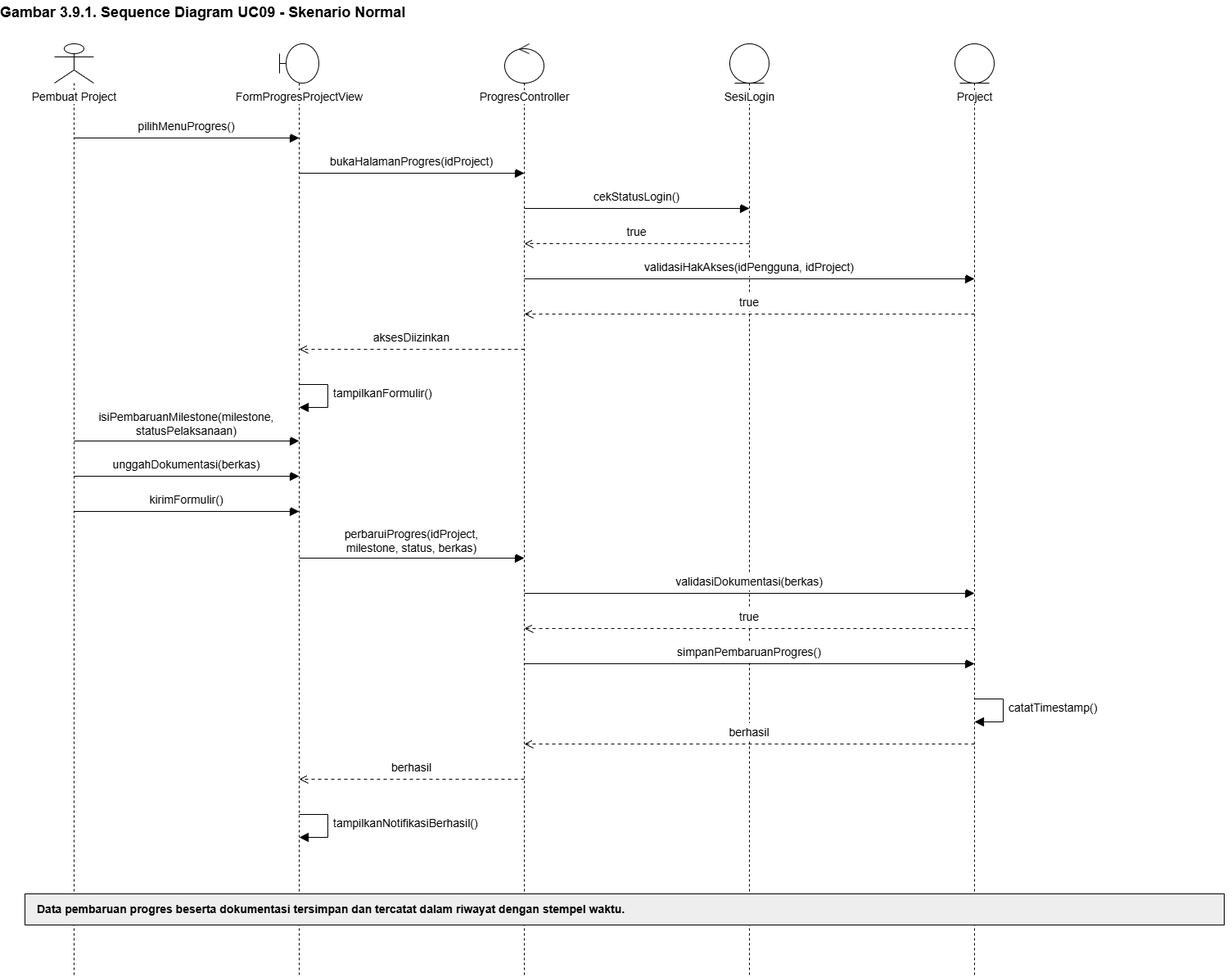
This is docs/M7/assets/diagram/sequence-uc09-normal.png from Brynpamungkas/IF2150-RPL-K02-G08, a draw.io export, as it was before one commit. Source tidied: cells renumbered, new cells last; positions are measured from the earlier drawing's top-left corner, leaving out a move shared by most shapes.
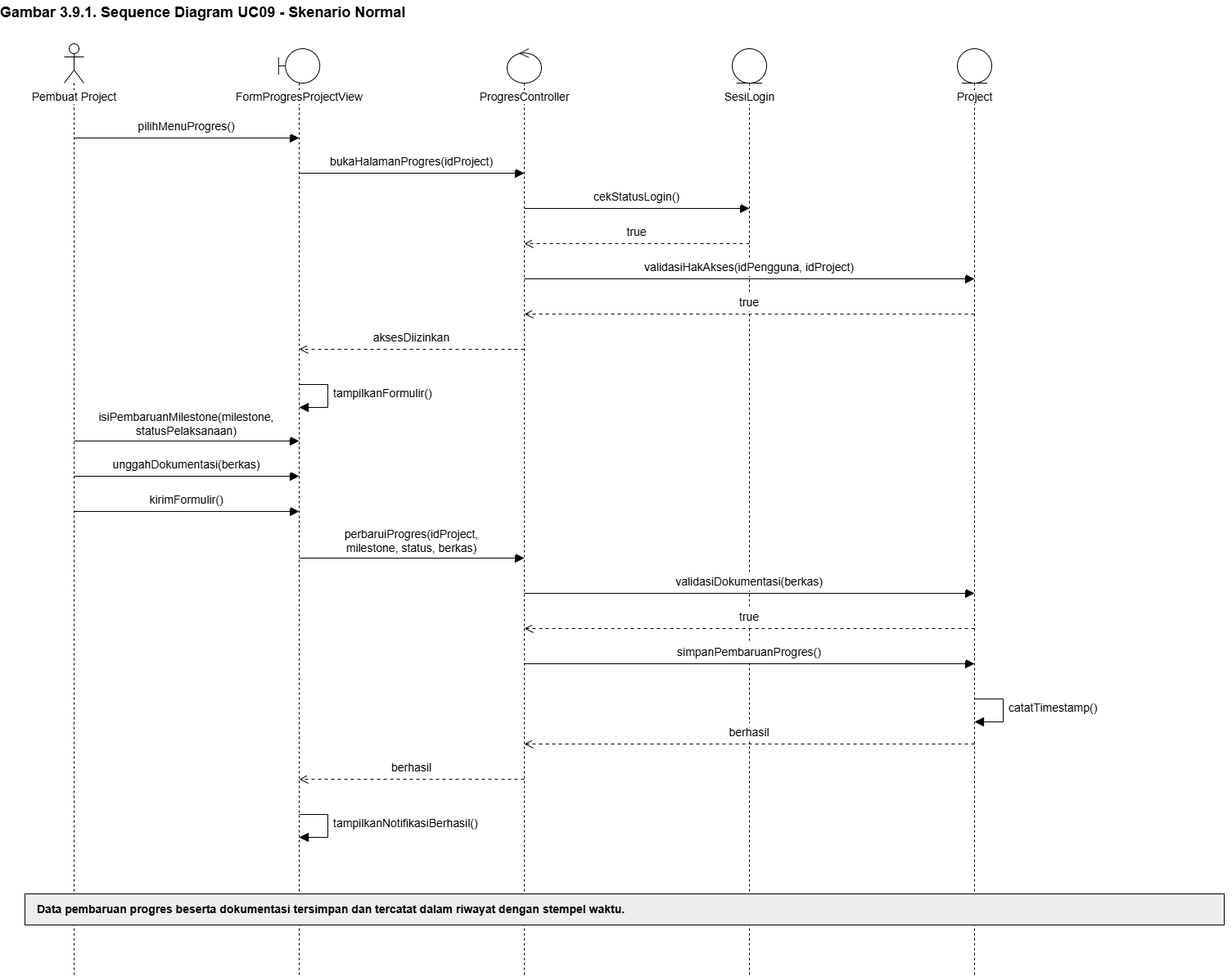
After the commit.

Commit message:
assets: add sequence diagram 3.8-3.10

Change to the diagram source:
```diff
@@ -6,19 +6,19 @@
       <mxGeometry width="1505" height="30" as="geometry" />
     </mxCell>
     <mxCell id="3" value="Pembuat Project" style="shape=umlLifeline;participant=umlActor;perimeter=lifelinePerimeter;whiteSpace=nowrap;html=1;verticalAlign=top;spacingTop=50;size=48;fontFamily=Arial;fontSize=14;labelBackgroundColor=#FFFFFF;fillColor=#FFFFFF;strokeColor=#000000;" parent="1" vertex="1">
-      <mxGeometry x="66" y="53" width="48" height="1138" as="geometry" />
+      <mxGeometry x="78" y="53" width="24" height="1138" as="geometry" />
     </mxCell>
-    <mxCell id="4" value="FormProgresProjectView" style="shape=umlLifeline;participant=umlBoundary;perimeter=lifelinePerimeter;whiteSpace=nowrap;html=1;verticalAlign=top;spacingTop=50;size=48;fontFamily=Arial;fontSize=14;labelBackgroundColor=#FFFFFF;fillColor=#FFFFFF;strokeColor=#000000;" parent="1" vertex="1">
-      <mxGeometry x="341" y="53" width="48" height="1138" as="geometry" />
+    <mxCell id="4" value="FormProgresProjectView" style="shape=umlLifeline;participant=umlBoundary;perimeter=lifelinePerimeter;whiteSpace=nowrap;html=1;verticalAlign=top;spacingTop=44;size=42;fontFamily=Arial;fontSize=14;labelBackgroundColor=#FFFFFF;fillColor=#FFFFFF;strokeColor=#000000;" parent="1" vertex="1">
+      <mxGeometry x="339.8" y="59" width="50.4" height="1132" as="geometry" />
     </mxCell>
-    <mxCell id="5" value="ProgresController" style="shape=umlLifeline;participant=umlControl;perimeter=lifelinePerimeter;whiteSpace=nowrap;html=1;verticalAlign=top;spacingTop=50;size=48;fontFamily=Arial;fontSize=14;labelBackgroundColor=#FFFFFF;fillColor=#FFFFFF;strokeColor=#000000;" parent="1" vertex="1">
-      <mxGeometry x="616" y="53" width="48" height="1138" as="geometry" />
+    <mxCell id="5" value="ProgresController" style="shape=umlLifeline;participant=umlControl;perimeter=lifelinePerimeter;whiteSpace=nowrap;html=1;verticalAlign=top;spacingTop=44;size=42;fontFamily=Arial;fontSize=14;labelBackgroundColor=#FFFFFF;fillColor=#FFFFFF;strokeColor=#000000;" parent="1" vertex="1">
+      <mxGeometry x="619" y="59" width="42" height="1132" as="geometry" />
     </mxCell>
-    <mxCell id="6" value="SesiLogin" style="shape=umlLifeline;participant=umlEntity;perimeter=lifelinePerimeter;whiteSpace=nowrap;html=1;verticalAlign=top;spacingTop=50;size=48;fontFamily=Arial;fontSize=14;labelBackgroundColor=#FFFFFF;fillColor=#FFFFFF;strokeColor=#000000;" parent="1" vertex="1">
-      <mxGeometry x="891" y="53" width="48" height="1138" as="geometry" />
+    <mxCell id="6" value="SesiLogin" style="shape=umlLifeline;participant=umlEntity;perimeter=lifelinePerimeter;whiteSpace=nowrap;html=1;verticalAlign=top;spacingTop=44;size=42;fontFamily=Arial;fontSize=14;labelBackgroundColor=#FFFFFF;fillColor=#FFFFFF;strokeColor=#000000;" parent="1" vertex="1">
+      <mxGeometry x="894" y="59" width="42" height="1132" as="geometry" />
     </mxCell>
-    <mxCell id="7" value="Project" style="shape=umlLifeline;participant=umlEntity;perimeter=lifelinePerimeter;whiteSpace=nowrap;html=1;verticalAlign=top;spacingTop=50;size=48;fontFamily=Arial;fontSize=14;labelBackgroundColor=#FFFFFF;fillColor=#FFFFFF;strokeColor=#000000;" parent="1" vertex="1">
-      <mxGeometry x="1166" y="53" width="48" height="1138" as="geometry" />
+    <mxCell id="7" value="Project" style="shape=umlLifeline;participant=umlEntity;perimeter=lifelinePerimeter;whiteSpace=nowrap;html=1;verticalAlign=top;spacingTop=44;size=42;fontFamily=Arial;fontSize=14;labelBackgroundColor=#FFFFFF;fillColor=#FFFFFF;strokeColor=#000000;" parent="1" vertex="1">
+      <mxGeometry x="1169" y="59" width="42" height="1132" as="geometry" />
     </mxCell>
     <mxCell id="8" style="html=1;rounded=0;endArrow=block;endFill=1;endSize=9;strokeColor=#000000;" parent="1" edge="1">
       <mxGeometry relative="1" as="geometry">
```
